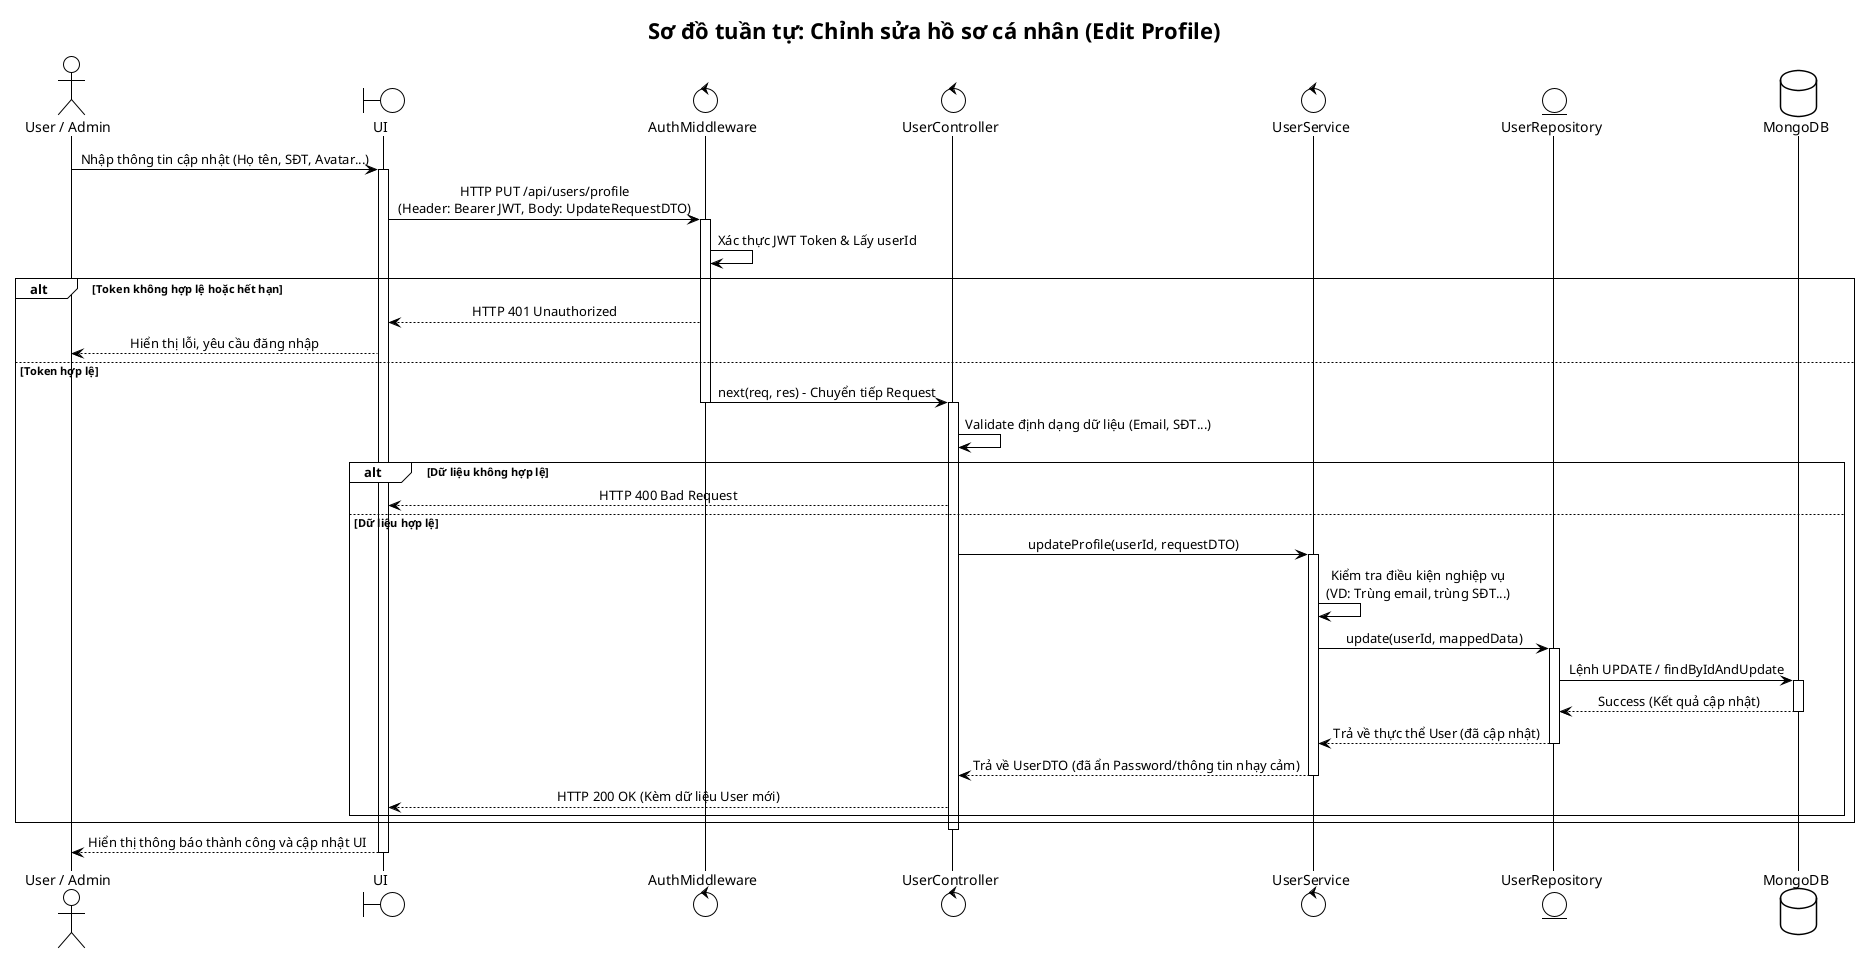
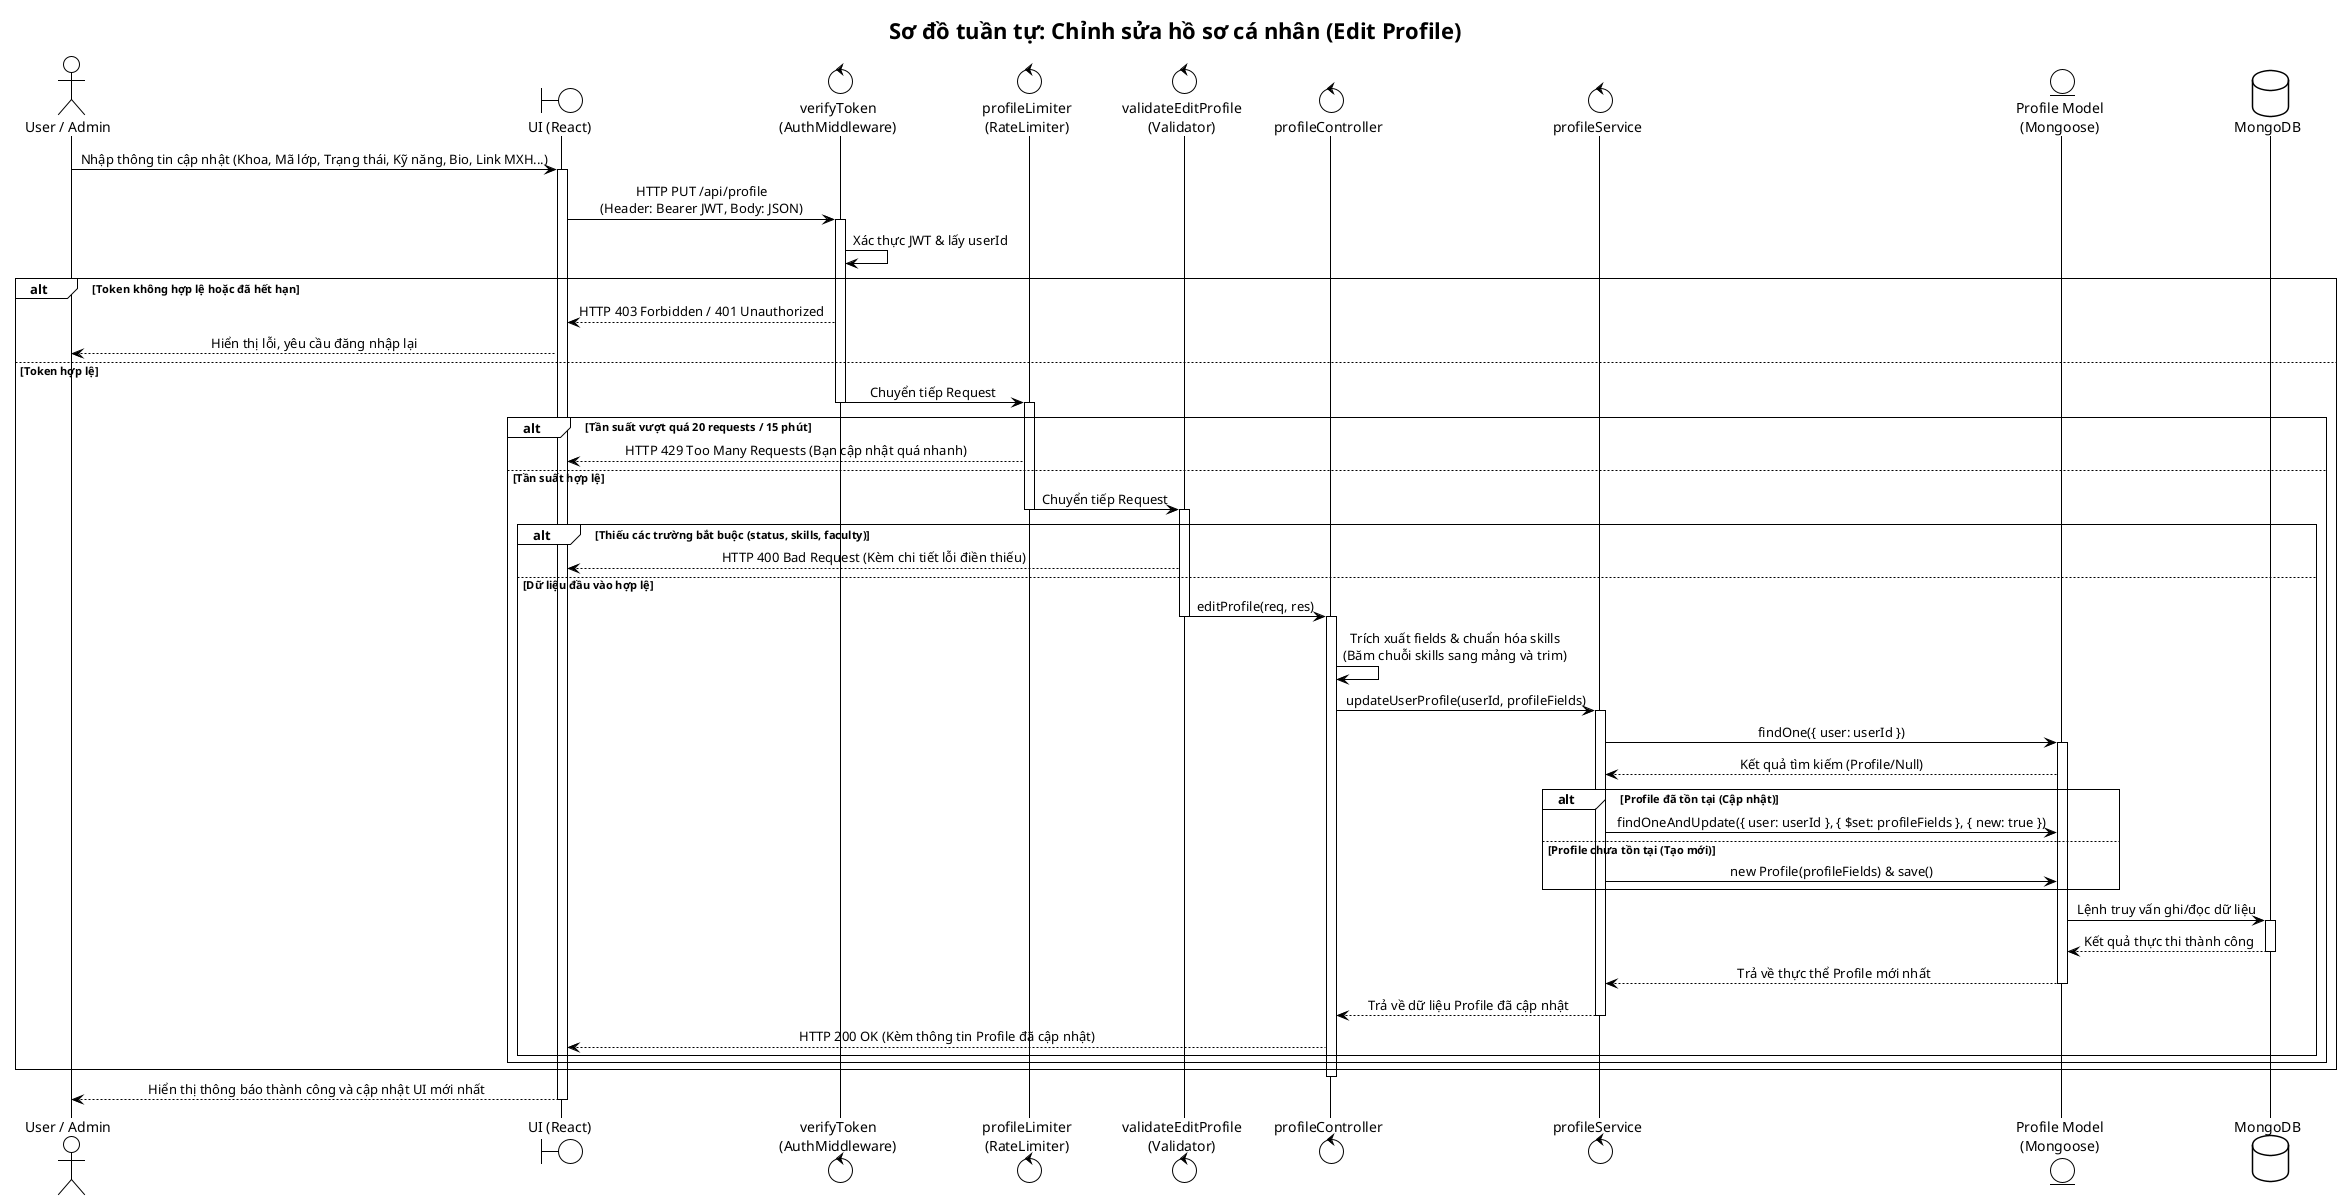
@startuml
!theme plain
skinparam SequenceMessageAlign center
skinparam linetype ortho

title Sơ đồ tuần tự: Chỉnh sửa hồ sơ cá nhân (Edit Profile)

actor "User / Admin" as User
- boundary "UI" as UI
- control "AuthMiddleware" as Middleware
- control "UserController" as Controller
- control "UserService" as Service
- entity "UserRepository" as Repository
+ boundary "UI (React)" as UI
+ control "verifyToken\n(AuthMiddleware)" as Auth
+ control "profileLimiter\n(RateLimiter)" as Limiter
+ control "validateEditProfile\n(Validator)" as Validator
+ control "profileController" as Controller
+ control "profileService" as Service
+ entity "Profile Model\n(Mongoose)" as Model
database "MongoDB" as DB

- User -> UI : Nhập thông tin cập nhật (Họ tên, SĐT, Avatar...)
+ User -> UI : Nhập thông tin cập nhật (Khoa, Mã lớp, Trạng thái, Kỹ năng, Bio, Link MXH...)
activate UI

- UI -> Middleware : HTTP PUT /api/users/profile\n(Header: Bearer JWT, Body: UpdateRequestDTO)
- activate Middleware
+ UI -> Auth : HTTP PUT /api/profile\n(Header: Bearer JWT, Body: JSON)
+ activate Auth

- ' 1. Xác thực và Phân quyền (Authorization)
- Middleware -> Middleware : Xác thực JWT Token & Lấy userId
- alt Token không hợp lệ hoặc hết hạn
-     Middleware --> UI : HTTP 401 Unauthorized
-     UI --> User : Hiển thị lỗi, yêu cầu đăng nhập
+ ' Lớp 1: Xác thực JWT (Authentication)
+ Auth -> Auth : Xác thực JWT & lấy userId
+ alt Token không hợp lệ hoặc đã hết hạn
+     Auth --> UI : HTTP 403 Forbidden / 401 Unauthorized
+     UI --> User : Hiển thị lỗi, yêu cầu đăng nhập lại
else Token hợp lệ
-     Middleware -> Controller : next(req, res) - Chuyển tiếp Request
-     deactivate Middleware
-     activate Controller
+     Auth -> Limiter : Chuyển tiếp Request
+     deactivate Auth
+     activate Limiter

-     ' 2. Xác thực dữ liệu đầu vào (Validation)
-     Controller -> Controller : Validate định dạng dữ liệu (Email, SĐT...)
-     alt Dữ liệu không hợp lệ
-         Controller --> UI : HTTP 400 Bad Request
-     else Dữ liệu hợp lệ
-         ' 3. Gọi tầng Service xử lý logic
-         Controller -> Service : updateProfile(userId, requestDTO)
-         activate Service
+     ' Lớp 2: Giới hạn tần suất (Rate Limiting)
+     alt Tần suất vượt quá 20 requests / 15 phút
+         Limiter --> UI : HTTP 429 Too Many Requests (Bạn cập nhật quá nhanh)
+     else Tần suất hợp lệ
+         Limiter -> Validator : Chuyển tiếp Request
+         deactivate Limiter
+         activate Validator

-         ' 4. Xử lý nghiệp vụ (Business Logic)
-         Service -> Service : Kiểm tra điều kiện nghiệp vụ\n(VD: Trùng email, trùng SĐT...)
+         ' Lớp 3: Xác thực dữ liệu đầu vào (Validation)
+         alt Thiếu các trường bắt buộc (status, skills, faculty)
+             Validator --> UI : HTTP 400 Bad Request (Kèm chi tiết lỗi điền thiếu)
+         else Dữ liệu đầu vào hợp lệ
+             Validator -> Controller : editProfile(req, res)
+             deactivate Validator
+             activate Controller

-         ' 5. Tương tác với CSDL qua Repository
-         Service -> Repository : update(userId, mappedData)
-         activate Repository
+             ' Xử lý tại Controller (Business Logic)
+             Controller -> Controller : Trích xuất fields & chuẩn hóa skills\n(Băm chuỗi skills sang mảng và trim)

-         Repository -> DB : Lệnh UPDATE / findByIdAndUpdate
-         activate DB
-         DB --> Repository : Success (Kết quả cập nhật)
-         deactivate DB
+             ' Gọi Service xử lý DB
+             Controller -> Service : updateUserProfile(userId, profileFields)
+             activate Service

-         Repository --> Service : Trả về thực thể User (đã cập nhật)
-         deactivate Repository
+             ' Tầng Service giao tiếp với Model
+             Service -> Model : findOne({ user: userId })
+             activate Model
+             Model --> Service : Kết quả tìm kiếm (Profile/Null)

-         ' 6. Phản hồi kết quả
-         Service --> Controller : Trả về UserDTO (đã ẩn Password/thông tin nhạy cảm)
-         deactivate Service
+             alt Profile đã tồn tại (Cập nhật)
+                 Service -> Model : findOneAndUpdate({ user: userId }, { $set: profileFields }, { new: true })
+             else Profile chưa tồn tại (Tạo mới)
+                 Service -> Model : new Profile(profileFields) & save()
+             end

-         Controller --> UI : HTTP 200 OK (Kèm dữ liệu User mới)
+             Model -> DB : Lệnh truy vấn ghi/đọc dữ liệu
+             activate DB
+             DB --> Model : Kết quả thực thi thành công
+             deactivate DB
+ 
+             Model --> Service : Trả về thực thể Profile mới nhất
+             deactivate Model
+ 
+             Service --> Controller : Trả về dữ liệu Profile đã cập nhật
+             deactivate Service
+ 
+             ' Trả về phản hồi cho client
+             Controller --> UI : HTTP 200 OK (Kèm thông tin Profile đã cập nhật)
+         end
    end
end
deactivate Controller

- UI --> User : Hiển thị thông báo thành công và cập nhật UI
+ UI --> User : Hiển thị thông báo thành công và cập nhật UI mới nhất
deactivate UI

- @enduml+ @enduml
